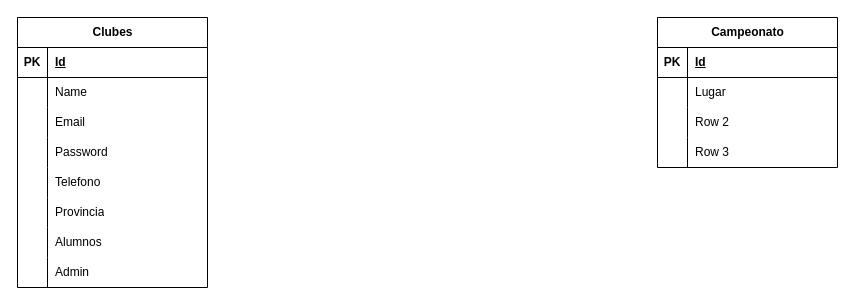
Before: Diagrama sin título.drawio in IvanSoriano19/tkdata-react-mui, a draw.io diagram. Source tidied: cells renumbered, new cells numbered last; positions are measured from the earlier drawing's top-left corner, leaving out a move shared by most shapes. Both pictures are drawn from the tidied source at 100%, with x=0, y=0 at pixel (17, 17).
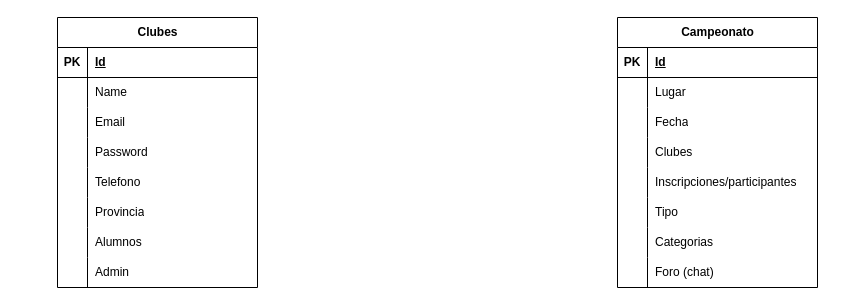
After the change.

Commit message:
tabla campeonato

The edit, as a diff of the source:
```diff
@@
     <mxCell id="2" value="Clubes" style="shape=table;startSize=30;childLayout=tableLayout;rowLines=0;fontStyle=1;align=center;html=1;" parent="1" vertex="1">
-      <mxGeometry width="190" height="270" as="geometry" />
+      <mxGeometry x="40" width="200" height="270" as="geometry" />
     </mxCell>
     <mxCell id="3" style="shape=tableRow;horizontal=0;startSize=0;swimlaneHead=0;swimlaneBody=0;fillColor=none;top=0;left=0;right=0;bottom=1;" parent="2" vertex="1">
-      <mxGeometry y="30" width="190" height="30" as="geometry" />
+      <mxGeometry y="30" width="200" height="30" as="geometry" />
     </mxCell>
@@
     <mxCell id="5" value="Id" style="shape=partialRectangle;fillColor=none;top=0;left=0;bottom=0;right=0;align=left;spacingLeft=6;fontStyle=5;overflow=hidden;whiteSpace=wrap;html=1;" parent="3" vertex="1">
-      <mxGeometry x="30" width="160" height="30" as="geometry" />
+      <mxGeometry x="30" width="170" height="30" as="geometry" />
     </mxCell>
     <mxCell id="6" style="shape=tableRow;horizontal=0;startSize=0;swimlaneHead=0;swimlaneBody=0;fillColor=none;top=0;left=0;right=0;bottom=0;" parent="2" vertex="1">
-      <mxGeometry y="60" width="190" height="30" as="geometry" />
+      <mxGeometry y="60" width="200" height="30" as="geometry" />
     </mxCell>
@@
     <mxCell id="8" value="Name" style="shape=partialRectangle;fillColor=none;top=0;left=0;bottom=0;right=0;align=left;spacingLeft=6;overflow=hidden;whiteSpace=wrap;html=1;" parent="6" vertex="1">
-      <mxGeometry x="30" width="160" height="30" as="geometry" />
+      <mxGeometry x="30" width="170" height="30" as="geometry" />
     </mxCell>
     <mxCell id="9" style="shape=tableRow;horizontal=0;startSize=0;swimlaneHead=0;swimlaneBody=0;fillColor=none;top=0;left=0;right=0;bottom=0;" parent="2" vertex="1">
-      <mxGeometry y="90" width="190" height="30" as="geometry" />
+      <mxGeometry y="90" width="200" height="30" as="geometry" />
     </mxCell>
@@
     <mxCell id="11" value="Email" style="shape=partialRectangle;fillColor=none;top=0;left=0;bottom=0;right=0;align=left;spacingLeft=6;overflow=hidden;whiteSpace=wrap;html=1;" parent="9" vertex="1">
-      <mxGeometry x="30" width="160" height="30" as="geometry" />
+      <mxGeometry x="30" width="170" height="30" as="geometry" />
     </mxCell>
     <mxCell id="12" style="shape=tableRow;horizontal=0;startSize=0;swimlaneHead=0;swimlaneBody=0;fillColor=none;top=0;left=0;right=0;bottom=0;" parent="2" vertex="1">
-      <mxGeometry y="120" width="190" height="30" as="geometry" />
+      <mxGeometry y="120" width="200" height="30" as="geometry" />
     </mxCell>
@@
     <mxCell id="14" value="Password" style="shape=partialRectangle;fillColor=none;top=0;left=0;bottom=0;right=0;align=left;spacingLeft=6;overflow=hidden;whiteSpace=wrap;html=1;" parent="12" vertex="1">
-      <mxGeometry x="30" width="160" height="30" as="geometry" />
+      <mxGeometry x="30" width="170" height="30" as="geometry" />
     </mxCell>
     <mxCell id="15" style="shape=tableRow;horizontal=0;startSize=0;swimlaneHead=0;swimlaneBody=0;fillColor=none;top=0;left=0;right=0;bottom=0;" parent="2" vertex="1">
-      <mxGeometry y="150" width="190" height="30" as="geometry" />
+      <mxGeometry y="150" width="200" height="30" as="geometry" />
     </mxCell>
@@
     <mxCell id="17" value="Telefono" style="shape=partialRectangle;fillColor=none;top=0;left=0;bottom=0;right=0;align=left;spacingLeft=6;overflow=hidden;whiteSpace=wrap;html=1;" parent="15" vertex="1">
-      <mxGeometry x="30" width="160" height="30" as="geometry" />
+      <mxGeometry x="30" width="170" height="30" as="geometry" />
     </mxCell>
     <mxCell id="18" style="shape=tableRow;horizontal=0;startSize=0;swimlaneHead=0;swimlaneBody=0;fillColor=none;top=0;left=0;right=0;bottom=0;" parent="2" vertex="1">
-      <mxGeometry y="180" width="190" height="30" as="geometry" />
+      <mxGeometry y="180" width="200" height="30" as="geometry" />
     </mxCell>
@@
     <mxCell id="20" value="Provincia" style="shape=partialRectangle;fillColor=none;top=0;left=0;bottom=0;right=0;align=left;spacingLeft=6;overflow=hidden;whiteSpace=wrap;html=1;" parent="18" vertex="1">
-      <mxGeometry x="30" width="160" height="30" as="geometry" />
+      <mxGeometry x="30" width="170" height="30" as="geometry" />
     </mxCell>
     <mxCell id="21" style="shape=tableRow;horizontal=0;startSize=0;swimlaneHead=0;swimlaneBody=0;fillColor=none;top=0;left=0;right=0;bottom=0;" parent="2" vertex="1">
-      <mxGeometry y="210" width="190" height="30" as="geometry" />
+      <mxGeometry y="210" width="200" height="30" as="geometry" />
     </mxCell>
@@
     <mxCell id="23" value="Alumnos" style="shape=partialRectangle;fillColor=none;top=0;left=0;bottom=0;right=0;align=left;spacingLeft=6;overflow=hidden;whiteSpace=wrap;html=1;" parent="21" vertex="1">
-      <mxGeometry x="30" width="160" height="30" as="geometry" />
+      <mxGeometry x="30" width="170" height="30" as="geometry" />
     </mxCell>
     <mxCell id="24" style="shape=tableRow;horizontal=0;startSize=0;swimlaneHead=0;swimlaneBody=0;fillColor=none;top=0;left=0;right=0;bottom=0;" parent="2" vertex="1">
-      <mxGeometry y="240" width="190" height="30" as="geometry" />
+      <mxGeometry y="240" width="200" height="30" as="geometry" />
     </mxCell>
@@
     <mxCell id="26" value="Admin" style="shape=partialRectangle;fillColor=none;top=0;left=0;bottom=0;right=0;align=left;spacingLeft=6;overflow=hidden;whiteSpace=wrap;html=1;" parent="24" vertex="1">
-      <mxGeometry x="30" width="160" height="30" as="geometry" />
+      <mxGeometry x="30" width="170" height="30" as="geometry" />
     </mxCell>
     <mxCell id="27" value="Campeonato" style="shape=table;startSize=30;childLayout=tableLayout;rowLines=0;fontStyle=1;align=center;html=1;" parent="1" vertex="1">
-      <mxGeometry x="640" width="180" height="150" as="geometry" />
+      <mxGeometry x="600" width="200" height="270" as="geometry" />
     </mxCell>
     <mxCell id="28" style="shape=tableRow;horizontal=0;startSize=0;swimlaneHead=0;swimlaneBody=0;fillColor=none;top=0;left=0;right=0;bottom=1;" parent="27" vertex="1">
-      <mxGeometry y="30" width="180" height="30" as="geometry" />
+      <mxGeometry y="30" width="200" height="30" as="geometry" />
     </mxCell>
@@
     <mxCell id="30" value="Id" style="shape=partialRectangle;fillColor=none;top=0;left=0;bottom=0;right=0;align=left;spacingLeft=6;fontStyle=5;overflow=hidden;whiteSpace=wrap;html=1;" parent="28" vertex="1">
-      <mxGeometry x="30" width="150" height="30" as="geometry" />
+      <mxGeometry x="30" width="170" height="30" as="geometry" />
     </mxCell>
     <mxCell id="31" style="shape=tableRow;horizontal=0;startSize=0;swimlaneHead=0;swimlaneBody=0;fillColor=none;top=0;left=0;right=0;bottom=0;" parent="27" vertex="1">
-      <mxGeometry y="60" width="180" height="30" as="geometry" />
+      <mxGeometry y="60" width="200" height="30" as="geometry" />
     </mxCell>
@@
     <mxCell id="33" value="Lugar&lt;br&gt;" style="shape=partialRectangle;fillColor=none;top=0;left=0;bottom=0;right=0;align=left;spacingLeft=6;overflow=hidden;whiteSpace=wrap;html=1;" parent="31" vertex="1">
-      <mxGeometry x="30" width="150" height="30" as="geometry" />
+      <mxGeometry x="30" width="170" height="30" as="geometry" />
     </mxCell>
+    <mxCell id="40" style="shape=tableRow;horizontal=0;startSize=0;swimlaneHead=0;swimlaneBody=0;fillColor=none;top=0;left=0;right=0;bottom=0;" parent="27" vertex="1">
+      <mxGeometry y="90" width="200" height="30" as="geometry" />
+    </mxCell>
+    <mxCell id="41" style="shape=partialRectangle;fillColor=none;top=0;left=0;bottom=0;right=0;overflow=hidden;whiteSpace=wrap;html=1;" parent="40" vertex="1">
+      <mxGeometry width="30" height="30" as="geometry" />
+    </mxCell>
+    <mxCell id="42" value="Fecha" style="shape=partialRectangle;fillColor=none;top=0;left=0;bottom=0;right=0;align=left;spacingLeft=6;overflow=hidden;whiteSpace=wrap;html=1;" parent="40" vertex="1">
+      <mxGeometry x="30" width="170" height="30" as="geometry" />
+    </mxCell>
     <mxCell id="34" style="shape=tableRow;horizontal=0;startSize=0;swimlaneHead=0;swimlaneBody=0;fillColor=none;top=0;left=0;right=0;bottom=0;" parent="27" vertex="1">
-      <mxGeometry y="90" width="180" height="30" as="geometry" />
+      <mxGeometry y="120" width="200" height="30" as="geometry" />
     </mxCell>
@@
-    <mxCell id="36" value="Row 2" style="shape=partialRectangle;fillColor=none;top=0;left=0;bottom=0;right=0;align=left;spacingLeft=6;overflow=hidden;whiteSpace=wrap;html=1;" parent="34" vertex="1">
-      <mxGeometry x="30" width="150" height="30" as="geometry" />
+    <mxCell id="36" value="Clubes" style="shape=partialRectangle;fillColor=none;top=0;left=0;bottom=0;right=0;align=left;spacingLeft=6;overflow=hidden;whiteSpace=wrap;html=1;" parent="34" vertex="1">
+      <mxGeometry x="30" width="170" height="30" as="geometry" />
     </mxCell>
     <mxCell id="37" style="shape=tableRow;horizontal=0;startSize=0;swimlaneHead=0;swimlaneBody=0;fillColor=none;top=0;left=0;right=0;bottom=0;" parent="27" vertex="1">
-      <mxGeometry y="120" width="180" height="30" as="geometry" />
+      <mxGeometry y="150" width="200" height="30" as="geometry" />
     </mxCell>
@@
-    <mxCell id="39" value="Row 3" style="shape=partialRectangle;fillColor=none;top=0;left=0;bottom=0;right=0;align=left;spacingLeft=6;overflow=hidden;whiteSpace=wrap;html=1;" parent="37" vertex="1">
-      <mxGeometry x="30" width="150" height="30" as="geometry" />
+    <mxCell id="39" value="Inscripciones/participantes" style="shape=partialRectangle;fillColor=none;top=0;left=0;bottom=0;right=0;align=left;spacingLeft=6;overflow=hidden;whiteSpace=wrap;html=1;" parent="37" vertex="1">
+      <mxGeometry x="30" width="170" height="30" as="geometry" />
     </mxCell>
+    <mxCell id="43" style="shape=tableRow;horizontal=0;startSize=0;swimlaneHead=0;swimlaneBody=0;fillColor=none;top=0;left=0;right=0;bottom=0;" parent="27" vertex="1">
+      <mxGeometry y="180" width="200" height="30" as="geometry" />
+    </mxCell>
+    <mxCell id="44" style="shape=partialRectangle;fillColor=none;top=0;left=0;bottom=0;right=0;overflow=hidden;whiteSpace=wrap;html=1;" parent="43" vertex="1">
+      <mxGeometry width="30" height="30" as="geometry" />
+    </mxCell>
+    <mxCell id="45" value="Tipo" style="shape=partialRectangle;fillColor=none;top=0;left=0;bottom=0;right=0;align=left;spacingLeft=6;overflow=hidden;whiteSpace=wrap;html=1;" parent="43" vertex="1">
+      <mxGeometry x="30" width="170" height="30" as="geometry" />
+    </mxCell>
+    <mxCell id="46" style="shape=tableRow;horizontal=0;startSize=0;swimlaneHead=0;swimlaneBody=0;fillColor=none;top=0;left=0;right=0;bottom=0;" parent="27" vertex="1">
+      <mxGeometry y="210" width="200" height="30" as="geometry" />
+    </mxCell>
+    <mxCell id="47" style="shape=partialRectangle;fillColor=none;top=0;left=0;bottom=0;right=0;overflow=hidden;whiteSpace=wrap;html=1;" parent="46" vertex="1">
+      <mxGeometry width="30" height="30" as="geometry" />
+    </mxCell>
+    <mxCell id="48" value="Categorias" style="shape=partialRectangle;fillColor=none;top=0;left=0;bottom=0;right=0;align=left;spacingLeft=6;overflow=hidden;whiteSpace=wrap;html=1;" parent="46" vertex="1">
+      <mxGeometry x="30" width="170" height="30" as="geometry" />
+    </mxCell>
+    <mxCell id="49" style="shape=tableRow;horizontal=0;startSize=0;swimlaneHead=0;swimlaneBody=0;fillColor=none;top=0;left=0;right=0;bottom=0;" parent="27" vertex="1">
+      <mxGeometry y="240" width="200" height="30" as="geometry" />
+    </mxCell>
+    <mxCell id="50" style="shape=partialRectangle;fillColor=none;top=0;left=0;bottom=0;right=0;overflow=hidden;whiteSpace=wrap;html=1;" parent="49" vertex="1">
+      <mxGeometry width="30" height="30" as="geometry" />
+    </mxCell>
+    <mxCell id="51" value="Foro (chat)" style="shape=partialRectangle;fillColor=none;top=0;left=0;bottom=0;right=0;align=left;spacingLeft=6;overflow=hidden;whiteSpace=wrap;html=1;" parent="49" vertex="1">
+      <mxGeometry x="30" width="170" height="30" as="geometry" />
+    </mxCell>
```
